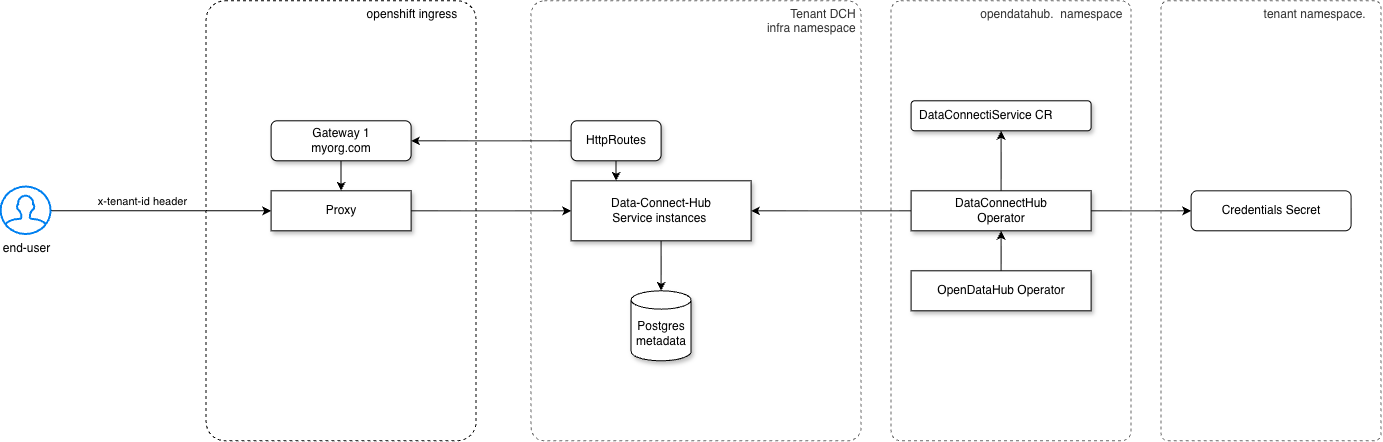
opendatahub-io/architecture-decision-records keeps this draw.io diagram as architecture-decision-records/data-connect-hub/images/ADR-0001-img4.png. Above is the earlier version. Source tidied: cells renumbered, new cells last; positions are measured from the earlier drawing's top-left corner, leaving out a move shared by most shapes.
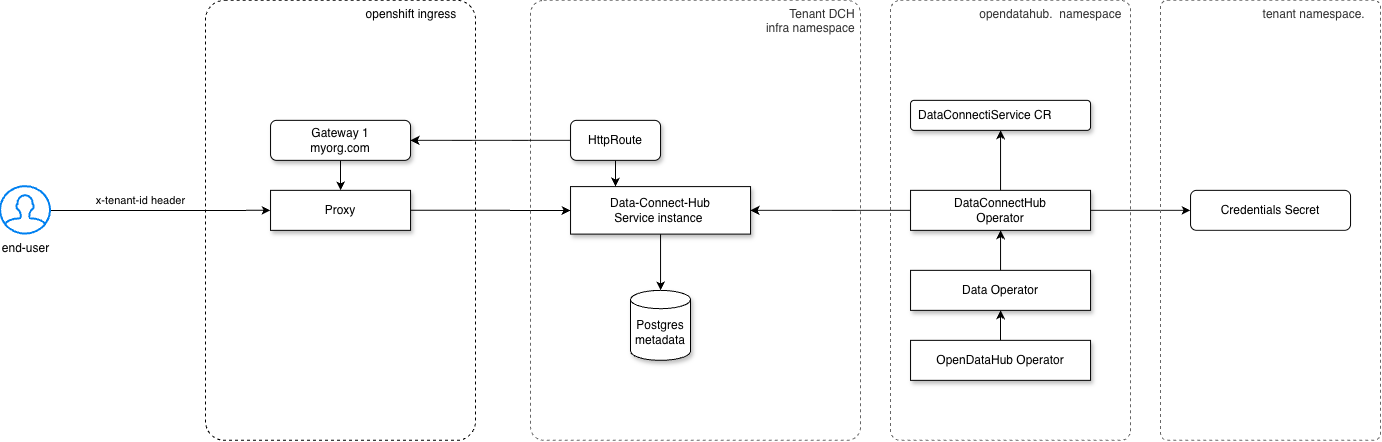
After the commit.

Commit message:
fix: show the new data operator that manages DCH.

The edit, as a diff of the source:
```diff
@@ -23,8 +23,8 @@
     <mxCell id="8" style="edgeStyle=orthogonalEdgeStyle;rounded=0;jettySize=auto;html=1;" parent="1" edge="1" source="9" target="10">
       <mxGeometry relative="1" as="geometry" />
     </mxCell>
-    <mxCell id="9" value="Data-Connect-Hub&lt;div&gt;Service instances&amp;nbsp;&lt;/div&gt;" style="rounded=0;whiteSpace=wrap;html=1;shadow=1;" parent="1" vertex="1">
-      <mxGeometry x="570" y="180" width="180" height="60" as="geometry" />
+    <mxCell id="9" value="Data-Connect-Hub&lt;div&gt;Service instance&amp;nbsp;&lt;/div&gt;" style="rounded=0;whiteSpace=wrap;html=1;shadow=1;" parent="1" vertex="1">
+      <mxGeometry x="570" y="186.2" width="180" height="47.5" as="geometry" />
     </mxCell>
     <mxCell id="10" value="Postgres&lt;div&gt;metadata&lt;/div&gt;" style="shape=cylinder3;whiteSpace=wrap;html=1;boundedLbl=1;backgroundOutline=1;size=9.17391304347828;shadow=1;" parent="1" vertex="1">
       <mxGeometry x="630" y="290" width="60" height="70" as="geometry" />
@@ -51,7 +51,7 @@
     <mxCell id="16" style="edgeStyle=orthogonalEdgeStyle;rounded=0;jettySize=auto;html=1;" parent="1" edge="1" source="17" target="15">
       <mxGeometry relative="1" as="geometry" />
     </mxCell>
-    <mxCell id="17" value="OpenDataHub Operator" style="rounded=0;whiteSpace=wrap;html=1;shadow=1;" parent="1" vertex="1">
+    <mxCell id="17" value="Data Operator" style="rounded=0;whiteSpace=wrap;html=1;shadow=1;" parent="1" vertex="1">
       <mxGeometry x="910" y="270" width="180" height="40" as="geometry" />
     </mxCell>
     <mxCell id="18" style="edgeStyle=orthogonalEdgeStyle;rounded=0;jettySize=auto;html=1;entryX=0;entryY=0.5;entryDx=0;entryDy=0;" parent="1" edge="1" source="20" target="6">
@@ -76,7 +76,7 @@
         </Array>
       </mxGeometry>
     </mxCell>
-    <mxCell id="23" value="HttpRoutes" style="rounded=1;whiteSpace=wrap;html=1;shadow=1;" parent="1" vertex="1">
+    <mxCell id="23" value="HttpRoute" style="rounded=1;whiteSpace=wrap;html=1;shadow=1;" parent="1" vertex="1">
       <mxGeometry x="570" y="120" width="90" height="40" as="geometry" />
     </mxCell>
     <mxCell id="24" value="DataConnectiService&amp;nbsp;&lt;span style=&quot;background-color: transparent; color: light-dark(rgb(0, 0, 0), rgb(255, 255, 255));&quot;&gt;CR&lt;/span&gt;" style="rounded=1;whiteSpace=wrap;html=1;glass=0;shadow=1;align=left;spacing=8;arcSize=12;" parent="1" vertex="1">
@@ -88,5 +88,11 @@
     <mxCell id="26" value="Credentials Secret" style="rounded=1;whiteSpace=wrap;html=1;" parent="1" vertex="1">
       <mxGeometry x="1190" y="190" width="160" height="40" as="geometry" />
     </mxCell>
+    <mxCell id="27" style="edgeStyle=orthogonalEdgeStyle;rounded=0;jettySize=auto;html=1;" parent="1" edge="1" source="28" target="17">
+      <mxGeometry relative="1" as="geometry" />
+    </mxCell>
+    <mxCell id="28" value="OpenDataHub Operator" style="rounded=0;whiteSpace=wrap;html=1;shadow=1;" parent="1" vertex="1">
+      <mxGeometry x="910" y="340" width="180" height="40" as="geometry" />
+    </mxCell>
   </root>
 </mxGraphModel>
```
